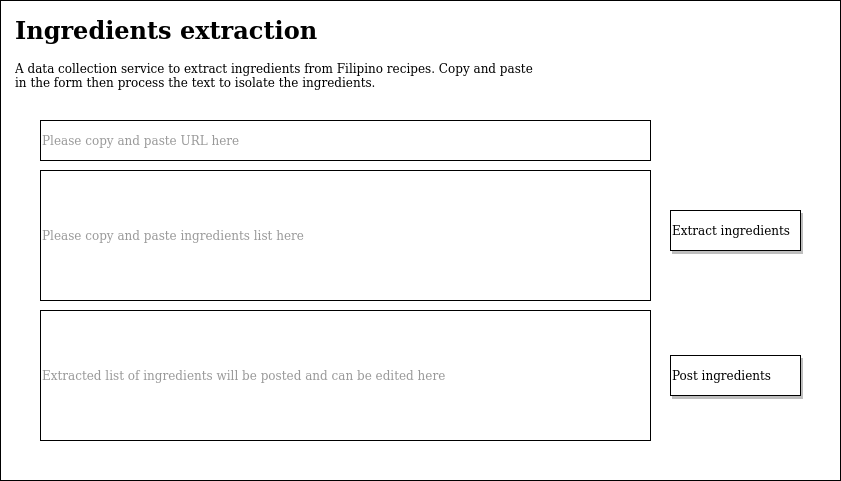
The draw.io diagram docs/user-form-wo-content.png in tropicalmentat/ing-extr-form, before a commit. Source tidied: cells renumbered, new cells last; positions are measured from the earlier drawing's top-left corner, leaving out a move shared by most shapes.
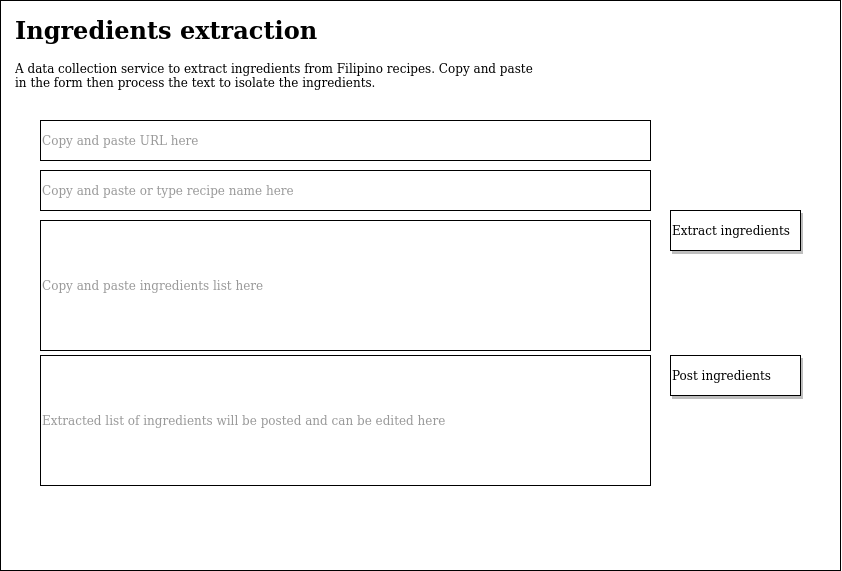
The same file after the commit.

Commit message:
Added input widget for recipe name

Diff of the diagram source:
```diff
@@ -3,18 +3,18 @@
     <mxCell id="0" />
     <mxCell id="1" parent="0" />
     <mxCell id="2" style="rounded=0;whiteSpace=wrap;html=1;" parent="1" vertex="1">
-      <mxGeometry width="840" height="480" as="geometry" />
+      <mxGeometry width="840" height="570" as="geometry" />
     </mxCell>
     <mxCell id="3" value="&lt;h1&gt;Ingredients extraction&lt;br&gt;&lt;/h1&gt;&lt;p&gt;A data collection service to extract ingredients from Filipino recipes. Copy and paste in the form then process the text to isolate the ingredients.&lt;br&gt;&lt;/p&gt;" style="text;html=1;strokeColor=none;fillColor=none;spacing=5;spacingTop=-20;whiteSpace=wrap;overflow=hidden;rounded=0;" parent="1" vertex="1">
       <mxGeometry x="10" y="10" width="540" height="90" as="geometry" />
     </mxCell>
-    <mxCell id="4" value="&lt;font color=&quot;#999999&quot;&gt;Please copy and paste ingredients list here&lt;br&gt;&lt;/font&gt;" style="rounded=0;whiteSpace=wrap;html=1;align=left;" parent="1" vertex="1">
-      <mxGeometry x="40" y="170" width="610" height="130" as="geometry" />
+    <mxCell id="4" value="&lt;font color=&quot;#999999&quot;&gt;Copy and paste ingredients list here&lt;br&gt;&lt;/font&gt;" style="rounded=0;whiteSpace=wrap;html=1;align=left;" parent="1" vertex="1">
+      <mxGeometry x="40" y="220" width="610" height="130" as="geometry" />
     </mxCell>
     <mxCell id="5" value="&lt;font color=&quot;#999999&quot;&gt;Extracted list of ingredients will be posted and can be edited here&lt;br&gt;&lt;/font&gt;" style="rounded=0;whiteSpace=wrap;html=1;align=left;" parent="1" vertex="1">
-      <mxGeometry x="40" y="310" width="610" height="130" as="geometry" />
+      <mxGeometry x="40" y="355" width="610" height="130" as="geometry" />
     </mxCell>
-    <mxCell id="6" value="&lt;font color=&quot;#999999&quot;&gt;Please copy and paste URL here&lt;br&gt;&lt;/font&gt;" style="rounded=0;whiteSpace=wrap;html=1;align=left;" parent="1" vertex="1">
+    <mxCell id="6" value="&lt;font color=&quot;#999999&quot;&gt;Copy and paste URL here&lt;br&gt;&lt;/font&gt;" style="rounded=0;whiteSpace=wrap;html=1;align=left;" parent="1" vertex="1">
       <mxGeometry x="40" y="120" width="610" height="40" as="geometry" />
     </mxCell>
     <mxCell id="7" value="Extract ingredients" style="rounded=0;whiteSpace=wrap;html=1;align=left;shadow=1;" parent="1" vertex="1">
@@ -23,5 +23,8 @@
     <mxCell id="8" value="Post ingredients" style="rounded=0;whiteSpace=wrap;html=1;align=left;shadow=1;" parent="1" vertex="1">
       <mxGeometry x="670" y="355" width="130" height="40" as="geometry" />
     </mxCell>
+    <mxCell id="9" value="&lt;font color=&quot;#999999&quot;&gt;Copy and paste or type recipe name here&lt;/font&gt;" style="rounded=0;whiteSpace=wrap;html=1;align=left;" parent="1" vertex="1">
+      <mxGeometry x="40" y="170" width="610" height="40" as="geometry" />
+    </mxCell>
   </root>
 </mxGraphModel>
```
